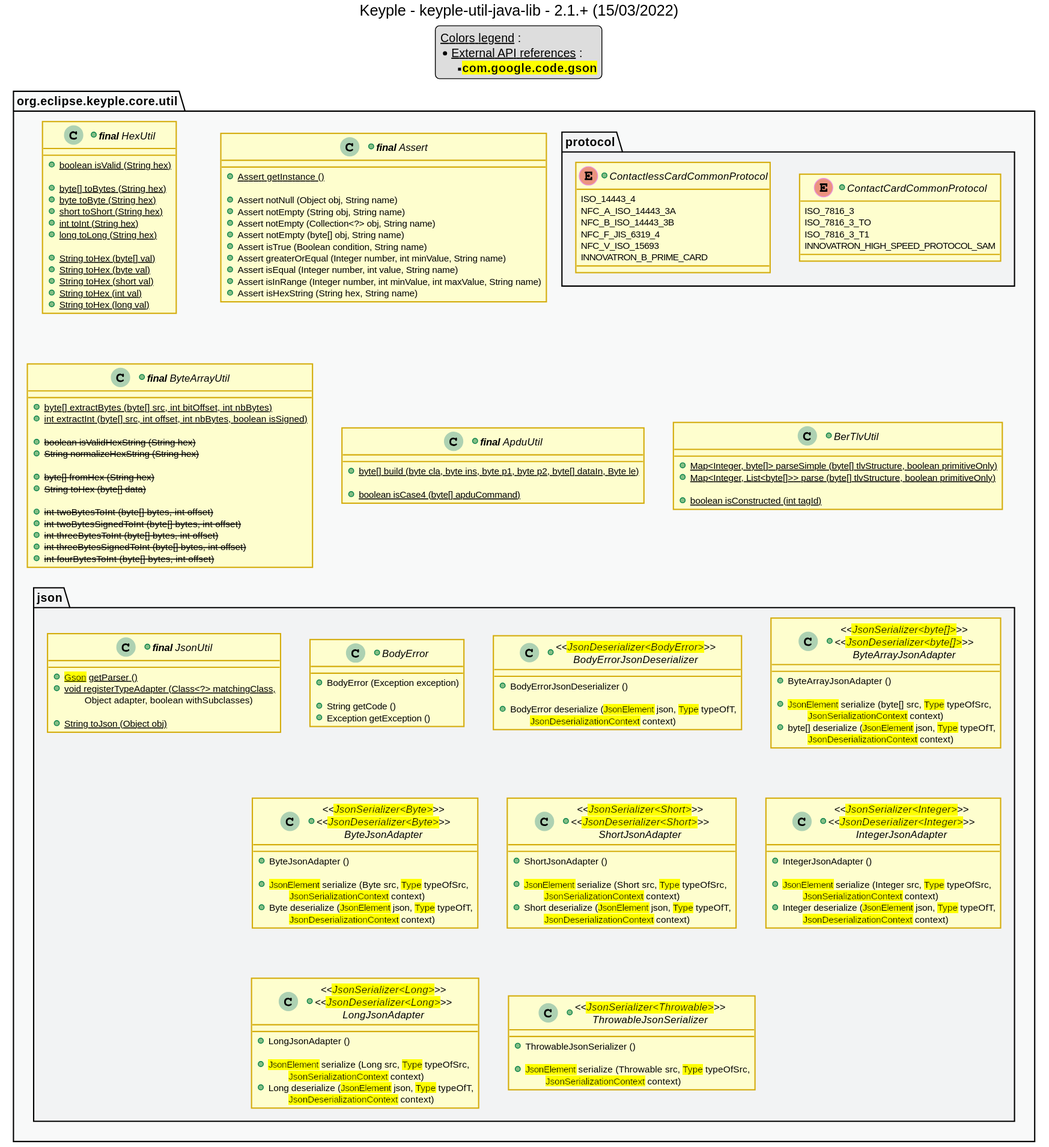
Before: src/main/uml/api_class_diagram.svg, a diagram exported from PlantUML (eclipse-keyple/keyple-util-java-lib).
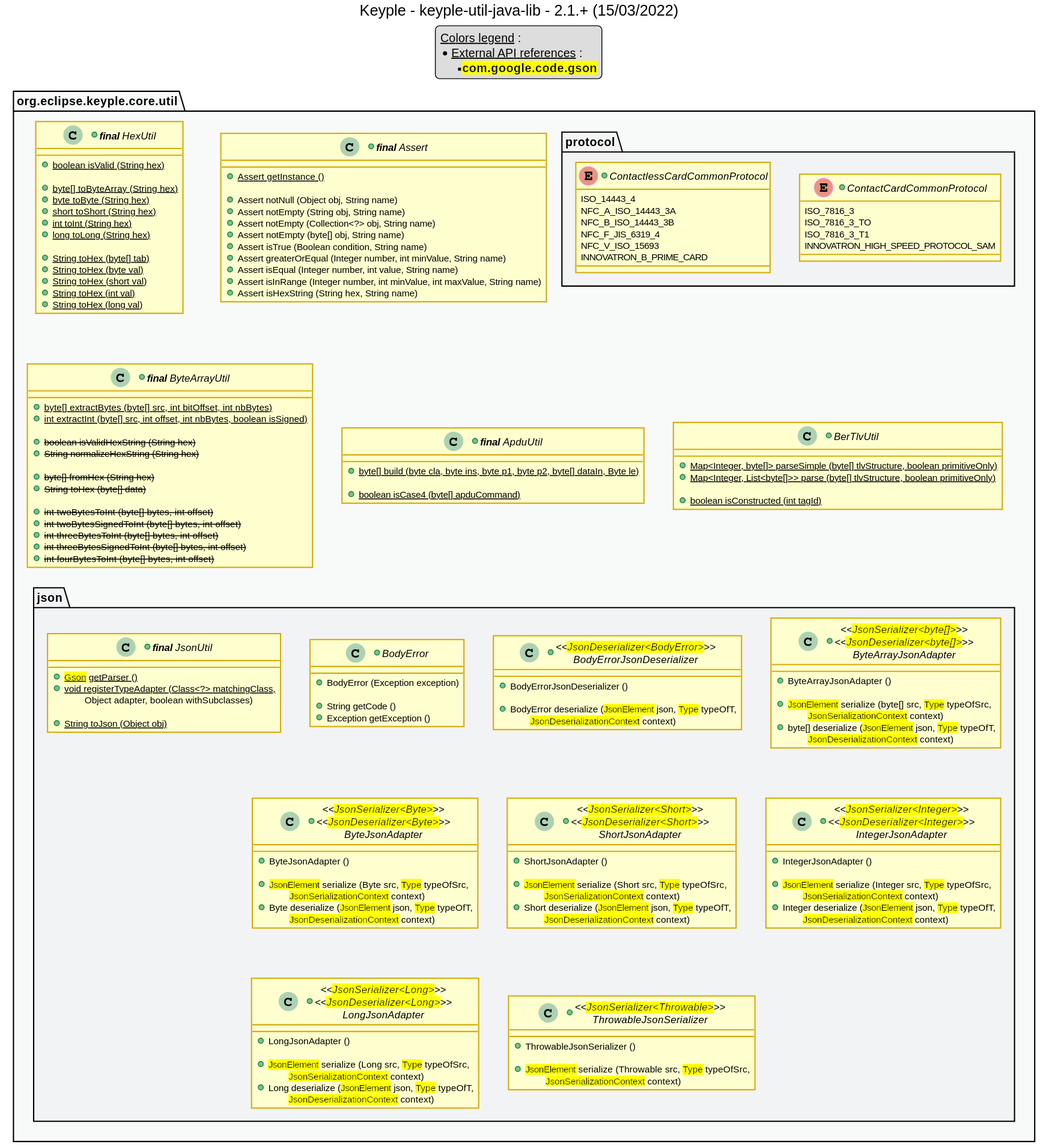
The same file after the commit.

Commit message:
feat: add "HexUtil" class

Diff of the diagram source:
```diff
@@ -76,13 +76,13 @@
     +class "**final** HexUtil" as HexUtil {
         +{static} boolean isValid (String hex)
 
-        +{static} byte[] toBytes (String hex)
+        +{static} byte[] toByteArray (String hex)
         +{static} byte toByte (String hex)
         +{static} short toShort (String hex)
         +{static} int toInt (String hex)
         +{static} long toLong (String hex)
 
-        +{static} String toHex (byte[] val)
+        +{static} String toHex (byte[] tab)
         +{static} String toHex (byte val)
         +{static} String toHex (short val)
         +{static} String toHex (int val)
```
